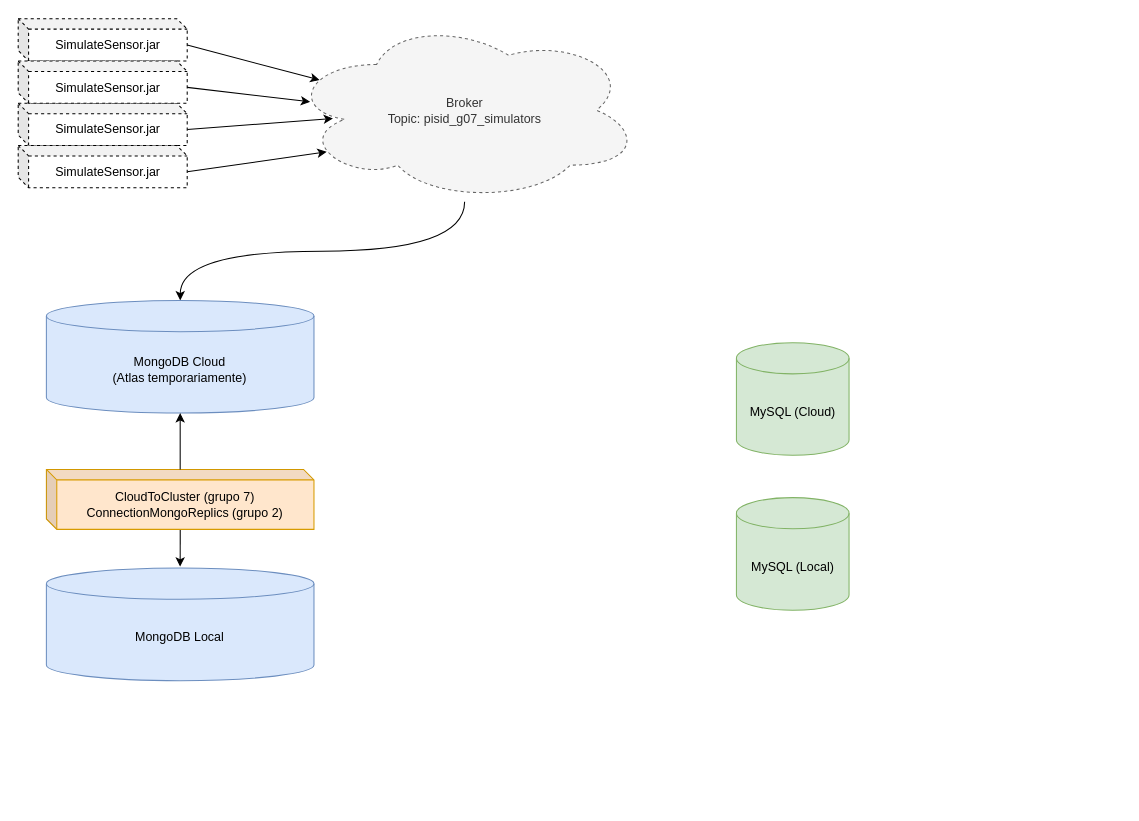
Before: java-app/app-scheme.drawio in gui-ant/psid, a draw.io diagram. Source tidied: cells renumbered, new cells numbered last; positions are measured from the earlier drawing's top-left corner, leaving out a move shared by most shapes. Both pictures are drawn from the tidied source at 104%, with x=0, y=0 at pixel (18, 19).
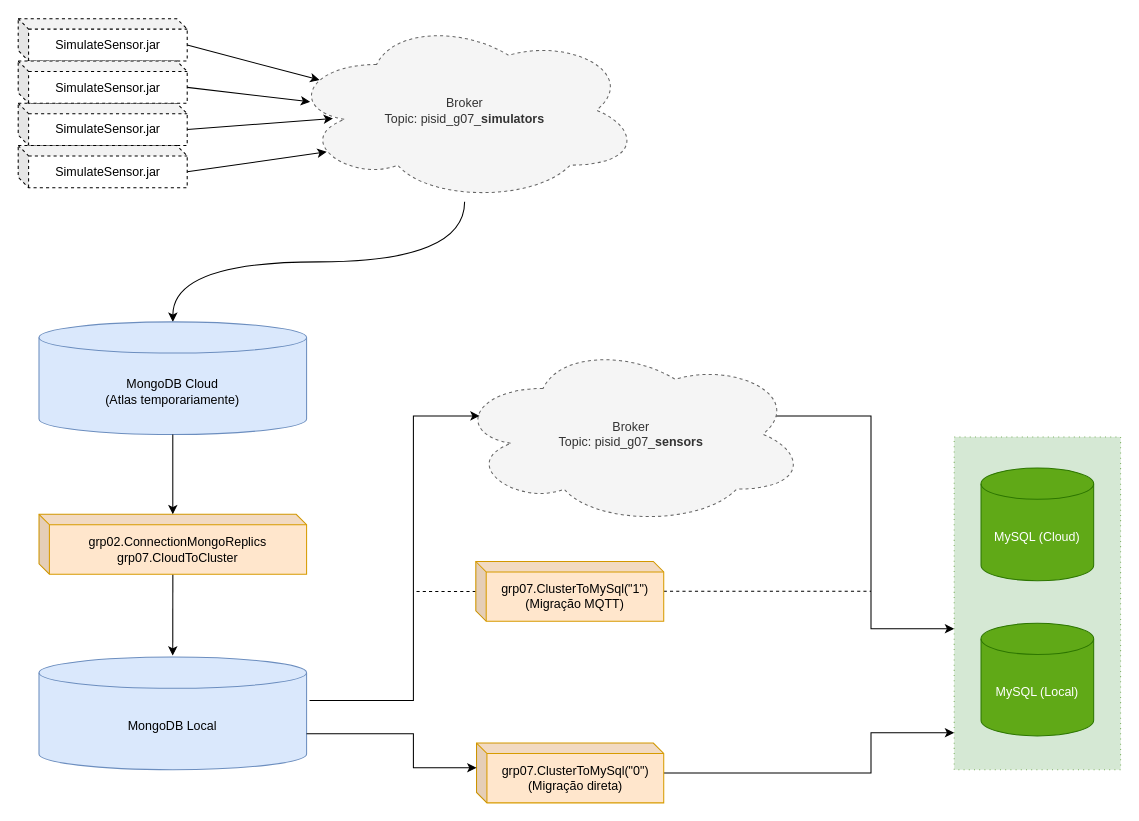
Above is the later version.

Unchanged cells that the change refers to:
```xml
<mxCell id="16" value="MongoDB Local" style="shape=cylinder3;whiteSpace=wrap;html=1;boundedLbl=1;backgroundOutline=1;size=15;fillColor=#dae8fc;strokeColor=#6c8ebf;" parent="14" vertex="1">
  <mxGeometry y="257.3" width="257.3" height="108.3" as="geometry" />
</mxCell>
```

Change to the diagram source:
```diff
@@
-    <mxCell id="2" value="Broker&lt;br&gt;Topic: pisid_g07_simulators" style="ellipse;shape=cloud;whiteSpace=wrap;html=1;dashed=1;fillColor=#f5f5f5;strokeColor=#666666;fontColor=#333333;" parent="1" vertex="1">
+    <mxCell id="2" value="Broker&lt;br&gt;Topic: pisid_g07_&lt;b&gt;simulators&lt;/b&gt;" style="ellipse;shape=cloud;whiteSpace=wrap;html=1;dashed=1;fillColor=#f5f5f5;strokeColor=#666666;fontColor=#333333;" parent="1" vertex="1">
       <mxGeometry x="260" y="-0.5" width="338.5" height="176" as="geometry" />
     </mxCell>
@@
-    <mxCell id="12" value="MySQL (Cloud)" style="shape=cylinder3;whiteSpace=wrap;html=1;boundedLbl=1;backgroundOutline=1;size=15;fillColor=#d5e8d4;strokeColor=#82b366;" parent="1" vertex="1">
-      <mxGeometry x="690.6" y="311" width="108.3" height="108.3" as="geometry" />
-    </mxCell>
-    <mxCell id="13" value="MySQL (Local)" style="shape=cylinder3;whiteSpace=wrap;html=1;boundedLbl=1;backgroundOutline=1;size=15;fillColor=#d5e8d4;strokeColor=#82b366;" parent="1" vertex="1">
-      <mxGeometry x="690.6" y="460" width="108.3" height="108.3" as="geometry" />
-    </mxCell>
     <mxCell id="14" style="group;" parent="1" vertex="1">
-      <mxGeometry x="27.1" y="270.4" width="257.3" height="365.6" as="geometry" />
+      <mxGeometry x="20" y="356" width="257.3" height="365.6" as="geometry" />
     </mxCell>
     <mxCell id="15" value="MongoDB Cloud&lt;br&gt;(Atlas temporariamente)" style="shape=cylinder3;whiteSpace=wrap;html=1;boundedLbl=1;backgroundOutline=1;size=15;fillColor=#dae8fc;strokeColor=#6c8ebf;" parent="14" vertex="1">
-      <mxGeometry width="257.3" height="108.3" as="geometry" />
+      <mxGeometry y="-65" width="257.3" height="108.3" as="geometry" />
     </mxCell>
@@
-    <mxCell id="18" value="CloudToCluster (grupo 7)&lt;br&gt;ConnectionMongoReplics (grupo 2)" style="shape=cube;whiteSpace=wrap;html=1;boundedLbl=1;backgroundOutline=1;darkOpacity=0.05;darkOpacity2=0.1;size=10;fillColor=#ffe6cc;strokeColor=#d79b00;" parent="14" vertex="1">
-      <mxGeometry y="162.5" width="257.3" height="57.6" as="geometry" />
+    <mxCell id="18" value="grp02.ConnectionMongoReplics&lt;br&gt;grp07.CloudToCluster" style="shape=cube;whiteSpace=wrap;html=1;boundedLbl=1;backgroundOutline=1;darkOpacity=0.05;darkOpacity2=0.1;size=10;fillColor=#ffe6cc;strokeColor=#d79b00;" parent="14" vertex="1">
+      <mxGeometry y="120" width="257.3" height="57.6" as="geometry" />
     </mxCell>
-    <mxCell id="19" style="edgeStyle=orthogonalEdgeStyle;curved=1;rounded=0;jettySize=auto;html=1;" parent="14" edge="1" source="18" target="15">
+    <mxCell id="19" style="edgeStyle=orthogonalEdgeStyle;curved=1;rounded=0;jettySize=auto;html=1;" parent="14" edge="1" source="15" target="18">
       <mxGeometry relative="1" as="geometry" />
     </mxCell>
+    <mxCell id="20" style="edgeStyle=orthogonalEdgeStyle;rounded=0;jettySize=auto;html=1;" parent="1" edge="1" source="21" target="30">
+      <mxGeometry relative="1" as="geometry">
+        <Array as="points">
+          <mxPoint x="820" y="725" />
+          <mxPoint x="820" y="686" />
+        </Array>
+      </mxGeometry>
+    </mxCell>
+    <mxCell id="21" value="grp07.ClusterToMySql(&quot;0&quot;)&lt;br&gt;(Migração direta)" style="shape=cube;whiteSpace=wrap;html=1;boundedLbl=1;backgroundOutline=1;darkOpacity=0.05;darkOpacity2=0.1;size=10;fillColor=#ffe6cc;strokeColor=#d79b00;" parent="1" vertex="1">
+      <mxGeometry x="440.7" y="696" width="180" height="57.5" as="geometry" />
+    </mxCell>
+    <mxCell id="22" style="edgeStyle=orthogonalEdgeStyle;rounded=0;jettySize=auto;html=1;endArrow=classic;endFill=1;exitX=0.91;exitY=0.4;exitDx=0;exitDy=0;exitPerimeter=0;" parent="1" edge="1" source="23" target="30">
+      <mxGeometry relative="1" as="geometry">
+        <Array as="points">
+          <mxPoint x="820" y="381" />
+          <mxPoint x="820" y="586" />
+        </Array>
+      </mxGeometry>
+    </mxCell>
+    <mxCell id="23" value="Broker&lt;br&gt;Topic: pisid_g07_&lt;b&gt;sensors&lt;/b&gt;" style="ellipse;shape=cloud;whiteSpace=wrap;html=1;dashed=1;fillColor=#f5f5f5;strokeColor=#666666;fontColor=#333333;" parent="1" vertex="1">
+      <mxGeometry x="420" y="311" width="338.5" height="176" as="geometry" />
+    </mxCell>
+    <mxCell id="24" style="edgeStyle=orthogonalEdgeStyle;rounded=0;jettySize=auto;html=1;dashed=1;endArrow=none;endFill=0;" parent="1" edge="1" source="26">
+      <mxGeometry relative="1" as="geometry">
+        <mxPoint x="380" y="550.2" as="targetPoint" />
+      </mxGeometry>
+    </mxCell>
+    <mxCell id="25" style="edgeStyle=orthogonalEdgeStyle;rounded=0;jettySize=auto;html=1;endArrow=none;endFill=0;dashed=1;" parent="1" edge="1" source="26">
+      <mxGeometry relative="1" as="geometry">
+        <mxPoint x="820" y="550" as="targetPoint" />
+        <Array as="points">
+          <mxPoint x="820" y="550" />
+        </Array>
+      </mxGeometry>
+    </mxCell>
+    <mxCell id="26" value="grp07.ClusterToMySql(&quot;1&quot;) &lt;br&gt;(Migração MQTT)" style="shape=cube;whiteSpace=wrap;html=1;boundedLbl=1;backgroundOutline=1;darkOpacity=0.05;darkOpacity2=0.1;size=10;fillColor=#ffe6cc;strokeColor=#d79b00;" parent="1" vertex="1">
+      <mxGeometry x="440" y="521.4" width="180.7" height="57.5" as="geometry" />
+    </mxCell>
+    <mxCell id="27" style="edgeStyle=orthogonalEdgeStyle;rounded=0;jettySize=auto;html=1;entryX=0;entryY=0;entryDx=0;entryDy=23.775;entryPerimeter=0;exitX=1;exitY=0;exitDx=0;exitDy=73.75;exitPerimeter=0;" parent="1" edge="1" source="16" target="21">
+      <mxGeometry relative="1" as="geometry">
+        <Array as="points">
+          <mxPoint x="380" y="687" />
+          <mxPoint x="380" y="720" />
+        </Array>
+      </mxGeometry>
+    </mxCell>
+    <mxCell id="28" style="edgeStyle=orthogonalEdgeStyle;rounded=0;jettySize=auto;html=1;entryX=0.07;entryY=0.4;entryDx=0;entryDy=0;entryPerimeter=0;exitX=1.011;exitY=0.385;exitDx=0;exitDy=0;exitPerimeter=0;" parent="1" edge="1" source="16" target="23">
+      <mxGeometry relative="1" as="geometry">
+        <Array as="points">
+          <mxPoint x="380" y="655" />
+          <mxPoint x="380" y="381" />
+        </Array>
+      </mxGeometry>
+    </mxCell>
+    <mxCell id="29" style="group;" parent="1" vertex="1">
+      <mxGeometry x="900" y="401.6" width="160" height="320" as="geometry" />
+    </mxCell>
+    <mxCell id="30" style="rounded=0;whiteSpace=wrap;html=1;fillColor=#d5e8d4;strokeColor=#82b366;dashed=1;dashPattern=1 4;" parent="29" vertex="1">
+      <mxGeometry width="160" height="320" as="geometry" />
+    </mxCell>
+    <mxCell id="12" value="MySQL (Cloud)" style="shape=cylinder3;whiteSpace=wrap;html=1;boundedLbl=1;backgroundOutline=1;size=15;fillColor=#60a917;strokeColor=#2D7600;fontColor=#ffffff;" parent="29" vertex="1">
+      <mxGeometry x="25.8" y="30" width="108.3" height="108.3" as="geometry" />
+    </mxCell>
+    <mxCell id="13" value="MySQL (Local)" style="shape=cylinder3;whiteSpace=wrap;html=1;boundedLbl=1;backgroundOutline=1;size=15;fillColor=#60a917;strokeColor=#2D7600;fontColor=#ffffff;" parent="29" vertex="1">
+      <mxGeometry x="25.8" y="179.2" width="108.3" height="108.3" as="geometry" />
+    </mxCell>
```
